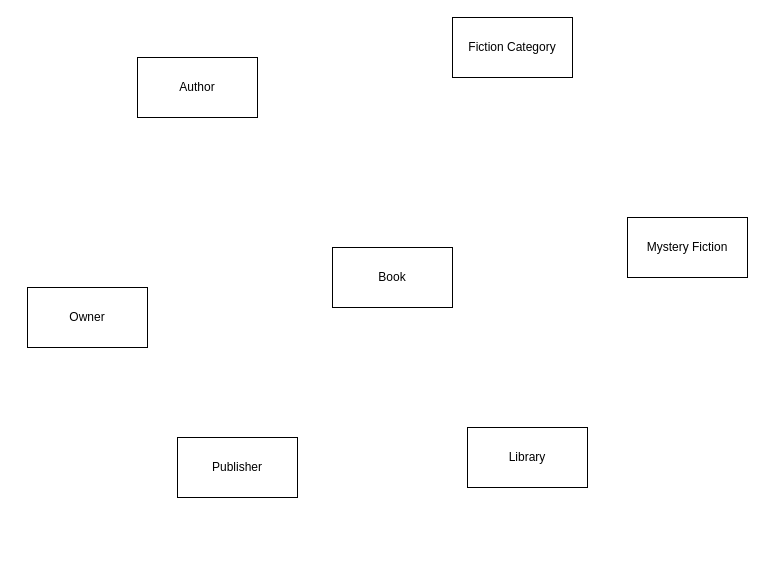
Before: Exercise3ClassDiagram.drawio in aiin-syafikah/Week-2, a draw.io diagram. Source tidied: cells renumbered, new cells numbered last; positions are measured from the earlier drawing's top-left corner, leaving out a move shared by most shapes. Both pictures are drawn from the tidied source at 100%, with x=0, y=0 at pixel (27, 17).
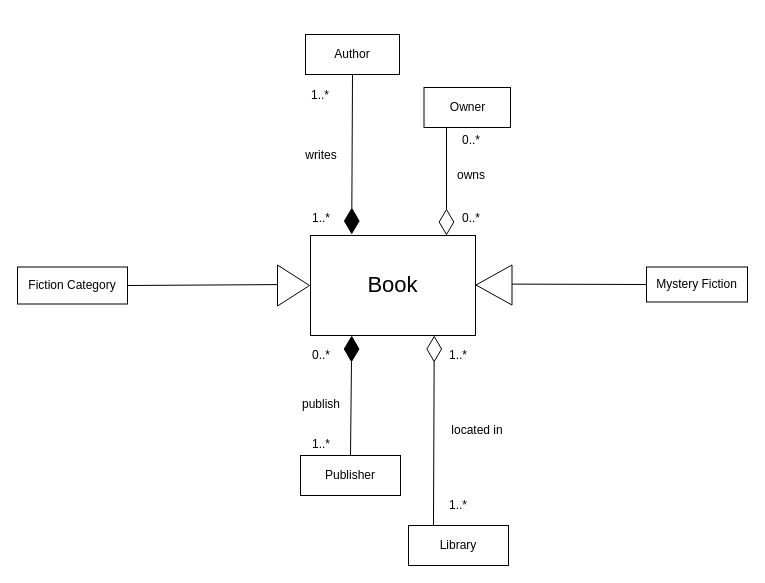
The same diagram, later.

Change to the diagram source:
```diff
@@
-    <mxCell id="2" value="Book" style="rounded=0;whiteSpace=wrap;html=1;" parent="1" vertex="1">
-      <mxGeometry x="305" y="230" width="120" height="60" as="geometry" />
+    <mxCell id="2" value="&lt;font style=&quot;font-size: 22px&quot;&gt;Book&lt;/font&gt;" style="rounded=0;whiteSpace=wrap;html=1;" parent="1" vertex="1">
+      <mxGeometry x="283" y="218" width="165" height="100" as="geometry" />
     </mxCell>
     <mxCell id="3" value="Author" style="rounded=0;whiteSpace=wrap;html=1;" parent="1" vertex="1">
-      <mxGeometry x="110" y="40" width="120" height="60" as="geometry" />
+      <mxGeometry x="278" y="17" width="94" height="40" as="geometry" />
     </mxCell>
     <mxCell id="4" value="Owner" style="rounded=0;whiteSpace=wrap;html=1;" parent="1" vertex="1">
-      <mxGeometry y="270" width="120" height="60" as="geometry" />
+      <mxGeometry x="396.5" y="70" width="86.5" height="40" as="geometry" />
     </mxCell>
     <mxCell id="5" value="Fiction Category" style="rounded=0;whiteSpace=wrap;html=1;" parent="1" vertex="1">
-      <mxGeometry x="425" width="120" height="60" as="geometry" />
+      <mxGeometry x="-10" y="249.5" width="110" height="37" as="geometry" />
     </mxCell>
     <mxCell id="6" value="Mystery Fiction" style="rounded=0;whiteSpace=wrap;html=1;" parent="1" vertex="1">
-      <mxGeometry x="600" y="200" width="120" height="60" as="geometry" />
+      <mxGeometry x="619" y="249.5" width="101" height="35" as="geometry" />
     </mxCell>
     <mxCell id="7" value="Publisher" style="rounded=0;whiteSpace=wrap;html=1;" parent="1" vertex="1">
-      <mxGeometry x="150" y="420" width="120" height="60" as="geometry" />
+      <mxGeometry x="273" y="438" width="100" height="40" as="geometry" />
     </mxCell>
     <mxCell id="8" value="Library" style="rounded=0;whiteSpace=wrap;html=1;" parent="1" vertex="1">
-      <mxGeometry x="440" y="410" width="120" height="60" as="geometry" />
+      <mxGeometry x="381" y="508" width="100" height="40" as="geometry" />
     </mxCell>
+    <mxCell id="9" style="endArrow=diamondThin;endFill=1;endSize=24;html=1;exitX=0.5;exitY=1;exitDx=0;exitDy=0;entryX=0.25;entryY=0;entryDx=0;entryDy=0;" parent="1" edge="1">
+      <mxGeometry relative="1" as="geometry">
+        <mxPoint x="325" y="57" as="sourcePoint" />
+        <mxPoint x="324.2" y="217" as="targetPoint" />
+      </mxGeometry>
+    </mxCell>
+    <mxCell id="10" style="endArrow=diamondThin;endFill=1;endSize=24;html=1;exitX=0.5;exitY=0;exitDx=0;exitDy=0;entryX=0.25;entryY=1;entryDx=0;entryDy=0;" parent="1" edge="1" source="7" target="2">
+      <mxGeometry relative="1" as="geometry" />
+    </mxCell>
+    <mxCell id="11" style="endArrow=none;html=1;" parent="1" edge="1">
+      <mxGeometry relative="1" as="geometry">
+        <mxPoint x="250" y="267.1" as="sourcePoint" />
+        <mxPoint x="100" y="268" as="targetPoint" />
+      </mxGeometry>
+    </mxCell>
+    <mxCell id="12" style="triangle;whiteSpace=wrap;html=1;rotation=0;" parent="1" vertex="1">
+      <mxGeometry x="250" y="247.5" width="32" height="41" as="geometry" />
+    </mxCell>
+    <mxCell id="13" style="triangle;whiteSpace=wrap;html=1;rotation=-180;" parent="1" vertex="1">
+      <mxGeometry x="448.5" y="247.5" width="36" height="40" as="geometry" />
+    </mxCell>
+    <mxCell id="14" style="endArrow=none;html=1;exitX=0;exitY=0.5;exitDx=0;exitDy=0;" parent="1" edge="1">
+      <mxGeometry relative="1" as="geometry">
+        <mxPoint x="619" y="267" as="sourcePoint" />
+        <mxPoint x="484.5" y="266.6" as="targetPoint" />
+      </mxGeometry>
+    </mxCell>
+    <mxCell id="15" style="endArrow=diamondThin;endFill=0;endSize=24;html=1;entryX=0.83;entryY=-0.02;entryDx=0;entryDy=0;entryPerimeter=0;" parent="1" edge="1">
+      <mxGeometry relative="1" as="geometry">
+        <mxPoint x="419" y="110" as="sourcePoint" />
+        <mxPoint x="419" y="218" as="targetPoint" />
+      </mxGeometry>
+    </mxCell>
+    <mxCell id="16" style="endArrow=diamondThin;endFill=0;endSize=24;html=1;exitX=0.25;exitY=0;exitDx=0;exitDy=0;entryX=0.75;entryY=1;entryDx=0;entryDy=0;" parent="1" edge="1" source="8" target="2">
+      <mxGeometry relative="1" as="geometry" />
+    </mxCell>
+    <mxCell id="17" value="0..*" style="text;html=1;strokeColor=none;fillColor=none;align=center;verticalAlign=middle;whiteSpace=wrap;rounded=0;" parent="1" vertex="1">
+      <mxGeometry x="274" y="328" width="40" height="20" as="geometry" />
+    </mxCell>
+    <mxCell id="18" value="1..*" style="text;html=1;strokeColor=none;fillColor=none;align=center;verticalAlign=middle;whiteSpace=wrap;rounded=0;" parent="1" vertex="1">
+      <mxGeometry x="274" y="417" width="40" height="20" as="geometry" />
+    </mxCell>
+    <mxCell id="19" value="publish" style="text;html=1;strokeColor=none;fillColor=none;align=center;verticalAlign=middle;whiteSpace=wrap;rounded=0;" parent="1" vertex="1">
+      <mxGeometry x="274" y="377" width="40" height="20" as="geometry" />
+    </mxCell>
+    <mxCell id="20" value="1..*" style="text;html=1;strokeColor=none;fillColor=none;align=center;verticalAlign=middle;whiteSpace=wrap;rounded=0;" parent="1" vertex="1">
+      <mxGeometry x="274" y="191" width="40" height="20" as="geometry" />
+    </mxCell>
+    <mxCell id="21" value="1..*" style="text;html=1;strokeColor=none;fillColor=none;align=center;verticalAlign=middle;whiteSpace=wrap;rounded=0;" parent="1" vertex="1">
+      <mxGeometry x="273" y="68" width="40" height="20" as="geometry" />
+    </mxCell>
+    <mxCell id="22" value="writes" style="text;html=1;strokeColor=none;fillColor=none;align=center;verticalAlign=middle;whiteSpace=wrap;rounded=0;" parent="1" vertex="1">
+      <mxGeometry x="274" y="128" width="40" height="20" as="geometry" />
+    </mxCell>
+    <mxCell id="23" value="0..*" style="text;html=1;strokeColor=none;fillColor=none;align=center;verticalAlign=middle;whiteSpace=wrap;rounded=0;" parent="1" vertex="1">
+      <mxGeometry x="424" y="191" width="40" height="20" as="geometry" />
+    </mxCell>
+    <mxCell id="24" value="0..*" style="text;html=1;strokeColor=none;fillColor=none;align=center;verticalAlign=middle;whiteSpace=wrap;rounded=0;" parent="1" vertex="1">
+      <mxGeometry x="424" y="113" width="40" height="20" as="geometry" />
+    </mxCell>
+    <mxCell id="25" value="1..*" style="text;html=1;strokeColor=none;fillColor=none;align=center;verticalAlign=middle;whiteSpace=wrap;rounded=0;" parent="1" vertex="1">
+      <mxGeometry x="411" y="328" width="40" height="20" as="geometry" />
+    </mxCell>
+    <mxCell id="26" value="1..*" style="text;html=1;strokeColor=none;fillColor=none;align=center;verticalAlign=middle;whiteSpace=wrap;rounded=0;" parent="1" vertex="1">
+      <mxGeometry x="411" y="478" width="40" height="20" as="geometry" />
+    </mxCell>
+    <mxCell id="27" value="owns" style="text;html=1;strokeColor=none;fillColor=none;align=center;verticalAlign=middle;whiteSpace=wrap;rounded=0;" parent="1" vertex="1">
+      <mxGeometry x="424" y="148" width="40" height="20" as="geometry" />
+    </mxCell>
+    <mxCell id="28" value="located in" style="text;html=1;strokeColor=none;fillColor=none;align=center;verticalAlign=middle;whiteSpace=wrap;rounded=0;" parent="1" vertex="1">
+      <mxGeometry x="419.8" y="403" width="60.2" height="20" as="geometry" />
+    </mxCell>
```
